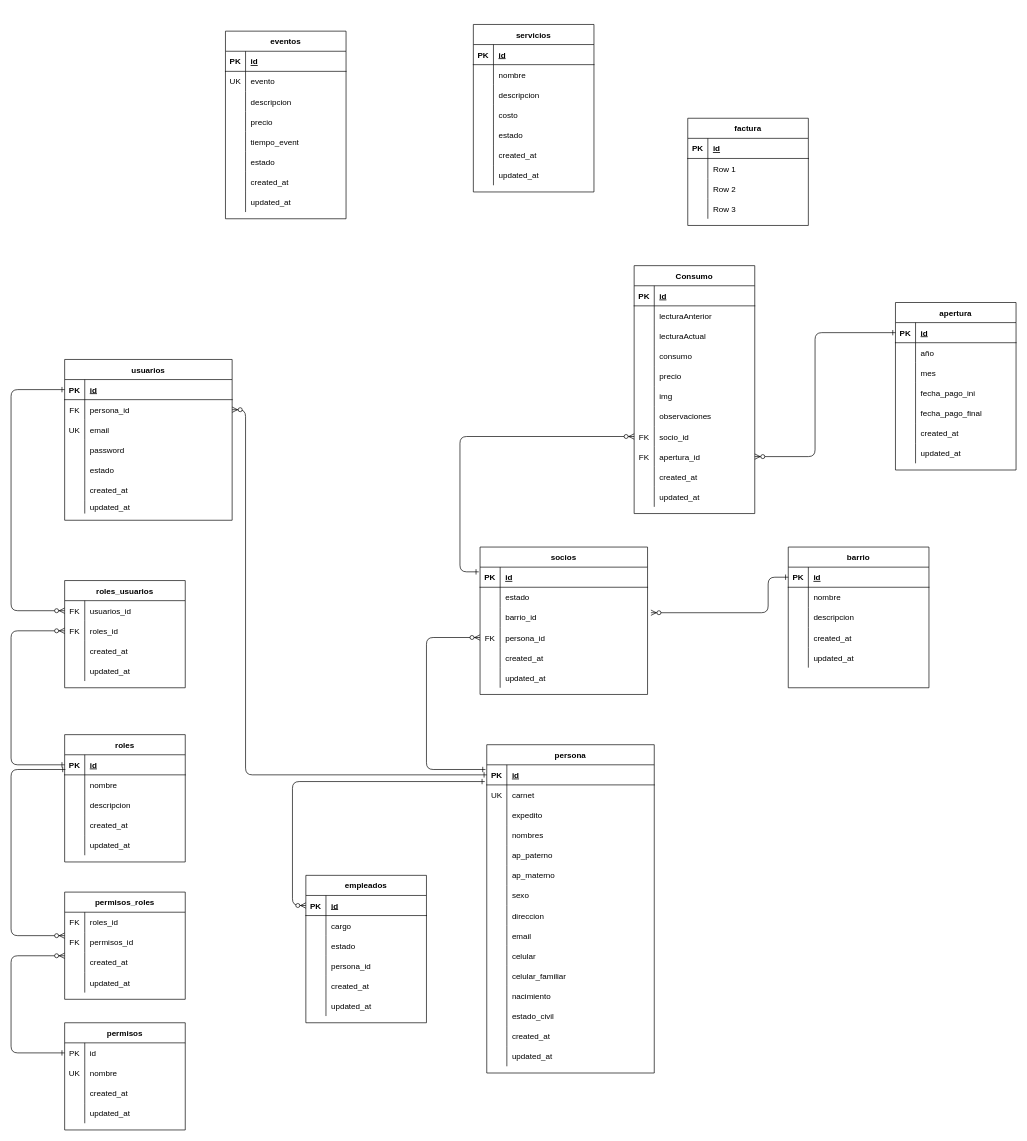
Before: AguaPotable/aguapotable.drawio in DavidSalinasPoma/backendaguapotable, a draw.io diagram. Source tidied: cells renumbered, new cells numbered last; positions are measured from the earlier drawing's top-left corner, leaving out a move shared by most shapes. Both pictures are drawn from the tidied source at 67%, with x=0, y=0 at pixel (-36, 24).
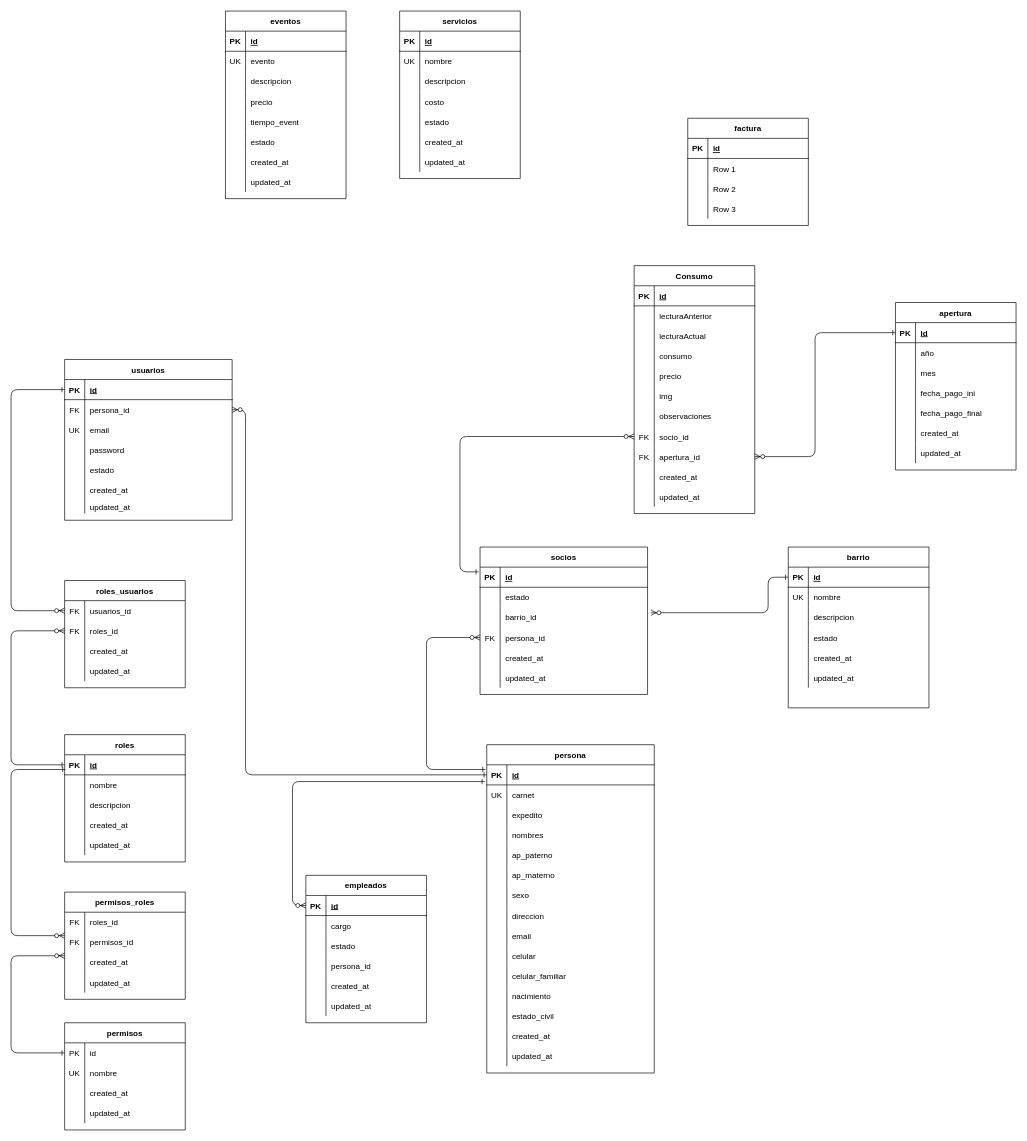
The same page after the edit.

Unchanged cells that the change refers to:
```xml
<mxCell id="137" style="shape=partialRectangle;fillColor=none;top=0;left=0;bottom=0;right=0;" parent="133" vertex="1">
  <mxGeometry y="60" width="210" height="30" as="geometry" />
</mxCell>
<mxCell id="173" style="shape=partialRectangle;fillColor=none;top=0;left=0;bottom=0;right=0;" parent="169" vertex="1">
  <mxGeometry y="60" width="180" height="30" as="geometry" />
</mxCell>
```

Change to the diagram source:
```diff
@@
     <mxCell id="108" value="eventos" style="shape=table;startSize=30;childLayout=tableLayout;rowLines=0;fontStyle=1;align=center;" parent="1" vertex="1">
-      <mxGeometry x="390" y="10" width="180" height="280" as="geometry" />
+      <mxGeometry x="390" y="-20" width="180" height="280" as="geometry" />
     </mxCell>
@@
     <mxCell id="133" value="barrio" style="shape=table;startSize=30;childLayout=tableLayout;rowLines=0;fontStyle=1;align=center;" parent="1" vertex="1">
-      <mxGeometry x="1230" y="780" width="210" height="210" as="geometry" />
+      <mxGeometry x="1230" y="780" width="210" height="240" as="geometry" />
     </mxCell>
@@
-    <mxCell id="138" style="shape=partialRectangle;fillColor=none;top=0;left=0;bottom=0;right=0;overflow=hidden;" parent="137" vertex="1">
+    <mxCell id="138" value="UK" style="shape=partialRectangle;fillColor=none;top=0;left=0;bottom=0;right=0;overflow=hidden;" parent="137" vertex="1">
       <mxGeometry width="30" height="30" as="geometry" />
     </mxCell>
@@
+    <mxCell id="305" style="shape=partialRectangle;fillColor=none;top=0;left=0;bottom=0;right=0;" parent="133" vertex="1">
+      <mxGeometry y="120" width="210" height="30" as="geometry" />
+    </mxCell>
+    <mxCell id="306" style="shape=partialRectangle;fillColor=none;top=0;left=0;bottom=0;right=0;overflow=hidden;" parent="305" vertex="1">
+      <mxGeometry width="30" height="30" as="geometry" />
+    </mxCell>
+    <mxCell id="307" value="estado" style="shape=partialRectangle;fillColor=none;top=0;left=0;bottom=0;right=0;align=left;spacingLeft=6;overflow=hidden;" parent="305" vertex="1">
+      <mxGeometry x="30" width="180" height="30" as="geometry" />
+    </mxCell>
     <mxCell id="143" style="shape=partialRectangle;fillColor=none;top=0;left=0;bottom=0;right=0;" parent="133" vertex="1">
-      <mxGeometry y="120" width="210" height="30" as="geometry" />
+      <mxGeometry y="150" width="210" height="30" as="geometry" />
     </mxCell>
@@
     <mxCell id="146" style="shape=partialRectangle;fillColor=none;top=0;left=0;bottom=0;right=0;" parent="133" vertex="1">
-      <mxGeometry y="150" width="210" height="30" as="geometry" />
+      <mxGeometry y="180" width="210" height="30" as="geometry" />
     </mxCell>
@@
     <mxCell id="169" value="servicios" style="shape=table;startSize=30;childLayout=tableLayout;rowLines=0;fontStyle=1;align=center;" parent="1" vertex="1">
-      <mxGeometry x="760" width="180" height="250" as="geometry" />
+      <mxGeometry x="650" y="-20" width="180" height="250" as="geometry" />
     </mxCell>
@@
-    <mxCell id="174" style="shape=partialRectangle;fillColor=none;top=0;left=0;bottom=0;right=0;overflow=hidden;" parent="173" vertex="1">
+    <mxCell id="174" value="UK" style="shape=partialRectangle;fillColor=none;top=0;left=0;bottom=0;right=0;overflow=hidden;" parent="173" vertex="1">
       <mxGeometry width="30" height="30" as="geometry" />
     </mxCell>
```
